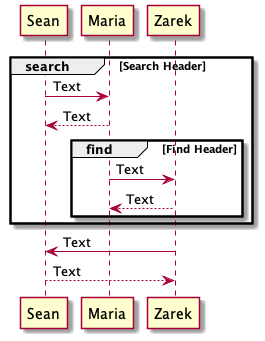
The PlantUML diagram .gitbook/assets/Interactions04_custom.png in unifiedcompliance/compliance-as-code-book, before a commit. Its diagram source:
```plantuml
@startuml

group search [Search Header]

    Sean  ->  Maria : Text
    Sean  <-- Maria : Text

    group find [Find Header]

        Maria ->  Zarek : Text
        Maria <-- Zarek : Text

    end

end

Zarek ->  Sean : Text
Zarek <-- Sean : Text

@enduml
```
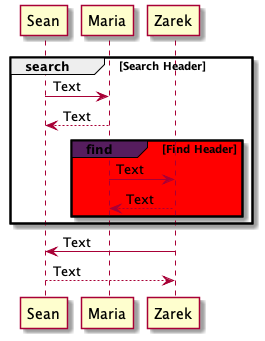
Later version of the same file.

What changed in the source:
```diff
@@ -5,7 +5,7 @@
     Sean  ->  Maria : Text
     Sean  <-- Maria : Text
 
-    group find [Find Header]
+    group#561D5E #red find [Find Header]
 
         Maria ->  Zarek : Text
         Maria <-- Zarek : Text
```
